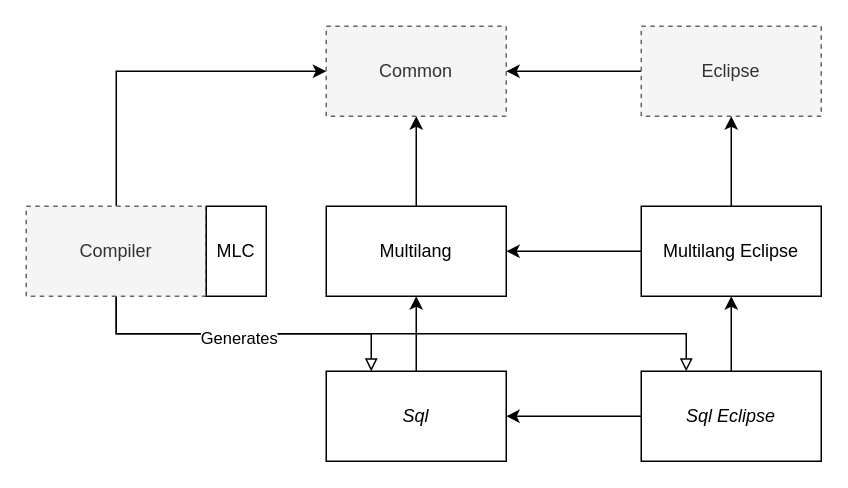
Earlier version of the draw.io diagram page "General Architecture" (23 of 24) of Spoofax3 Diagrams.drawio (AZWN/Spoofax-pie-diagrams). Source tidied: cells renumbered, new cells numbered last; positions are measured from the earlier drawing's top-left corner, leaving out a move shared by most shapes. Both pictures are drawn from the tidied source at 150%, with x=0, y=0 at pixel (26, 26).
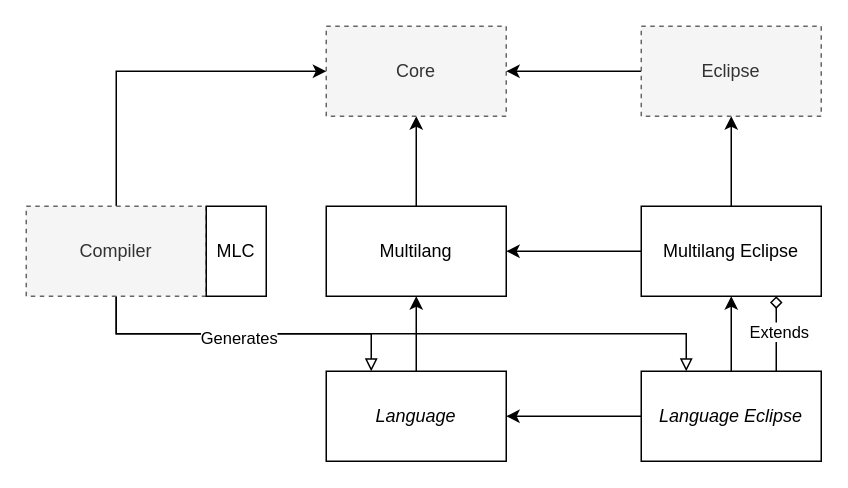
After the change.

The change refers to these unchanged cells:
```xml
<mxCell id="9" value="&lt;div&gt;Multilang Eclipse&lt;br&gt;&lt;/div&gt;" style="rounded=0;whiteSpace=wrap;html=1;" parent="1" vertex="1">
  <mxGeometry x="410" y="120" width="120" height="60" as="geometry" />
</mxCell>
```

What changed in the source:
```diff
@@
-    <mxCell id="2" value="Common" style="rounded=0;whiteSpace=wrap;html=1;fillColor=#f5f5f5;strokeColor=#666666;fontColor=#333333;dashed=1;" parent="1" vertex="1">
+    <mxCell id="2" value="Core" style="rounded=0;whiteSpace=wrap;html=1;fillColor=#f5f5f5;strokeColor=#666666;fontColor=#333333;dashed=1;" parent="1" vertex="1">
       <mxGeometry x="200" width="120" height="60" as="geometry" />
     </mxCell>
@@
-    <mxCell id="11" value="&lt;i&gt;Sql&lt;br&gt;&lt;/i&gt;" style="rounded=0;whiteSpace=wrap;html=1;" parent="1" vertex="1">
+    <mxCell id="11" value="&lt;i&gt;Language&lt;/i&gt;" style="rounded=0;whiteSpace=wrap;html=1;" parent="1" vertex="1">
       <mxGeometry x="200" y="230" width="120" height="60" as="geometry" />
     </mxCell>
@@
+    <mxCell id="21" style="edgeStyle=none;rounded=0;jettySize=auto;html=1;exitX=0.75;exitY=0;exitDx=0;exitDy=0;entryX=0.75;entryY=1;entryDx=0;entryDy=0;fontColor=#000000;endArrow=diamond;endFill=0;" parent="1" edge="1" source="14" target="9">
+      <mxGeometry relative="1" as="geometry">
+        <Array as="points">
+          <mxPoint x="500" y="210" />
+        </Array>
+      </mxGeometry>
+    </mxCell>
+    <mxCell id="22" value="Extends" style="edgeLabel;html=1;align=center;verticalAlign=middle;fontColor=#000000;" parent="21" vertex="1">
+      <mxGeometry x="0.09" y="-1" relative="1" as="geometry" />
+    </mxCell>
-    <mxCell id="14" value="&lt;div&gt;&lt;i&gt;Sql Eclipse&lt;/i&gt;&lt;br&gt;&lt;/div&gt;" style="rounded=0;whiteSpace=wrap;html=1;" parent="1" vertex="1">
+    <mxCell id="14" value="&lt;div&gt;&lt;i&gt;&lt;i&gt;Language&lt;/i&gt; Eclipse&lt;/i&gt;&lt;br&gt;&lt;/div&gt;" style="rounded=0;whiteSpace=wrap;html=1;" parent="1" vertex="1">
       <mxGeometry x="410" y="230" width="120" height="60" as="geometry" />
     </mxCell>
```
